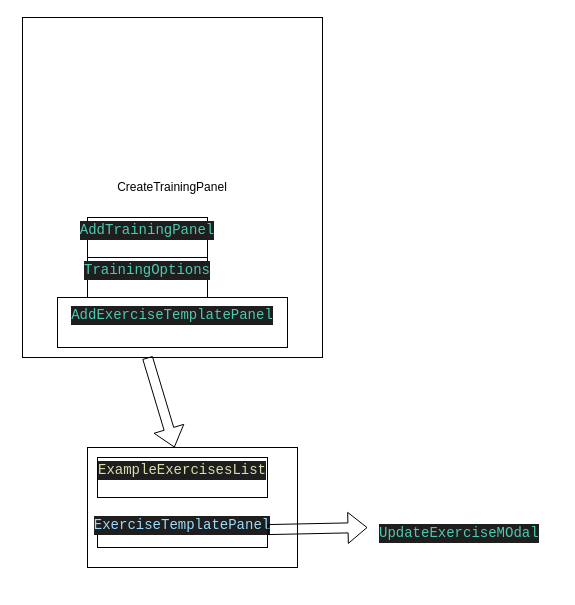
This is src/components/createTrainingPanel/createTrainingPanel.drawio from Jaro111/gym_tracker_FE, a draw.io file, before an edit. Source tidied: cells renumbered, new cells numbered last; positions are measured from the earlier drawing's top-left corner, leaving out a move shared by most shapes. Both pictures are drawn from the tidied source at 100%, with x=0, y=0 at pixel (22, 17).
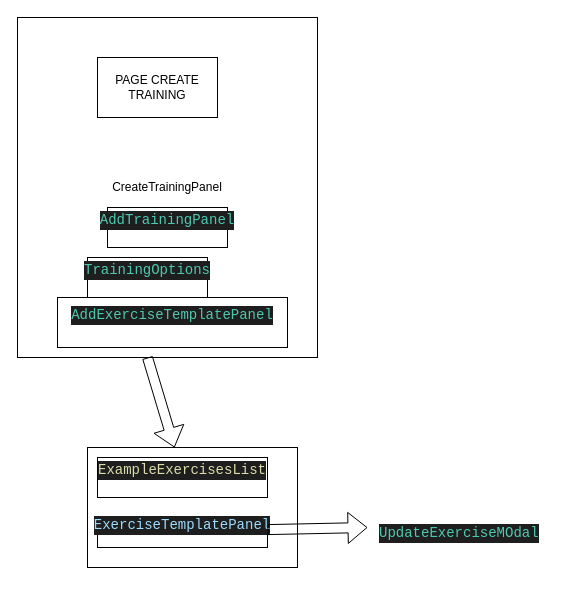
The same diagram, later.

Diff of the diagram source:
```diff
@@
 <mxGraphModel>
   <root>
     <mxCell id="0" />
     <mxCell id="1" parent="0" />
     <mxCell id="2" value="CreateTrainingPanel" style="rounded=0;whiteSpace=wrap;html=1;" parent="1" vertex="1">
-      <mxGeometry width="300" height="340" as="geometry" />
+      <mxGeometry x="-5" width="300" height="340" as="geometry" />
     </mxCell>
     <mxCell id="3" value="&#10;&lt;div style=&quot;color: #d4d4d4;background-color: #1e1e1e;font-family: Consolas, 'Courier New', monospace;font-weight: normal;font-size: 14px;line-height: 19px;white-space: pre;&quot;&gt;&lt;div&gt;&lt;span style=&quot;color: #4ec9b0;&quot;&gt;AddTrainingPanel&lt;/span&gt;&lt;/div&gt;&lt;/div&gt;&#10;&#10;" style="rounded=0;whiteSpace=wrap;html=1;" parent="1" vertex="1">
-      <mxGeometry x="65" y="200" width="120" height="40" as="geometry" />
+      <mxGeometry x="85" y="190" width="120" height="40" as="geometry" />
     </mxCell>
     <mxCell id="4" value="&#10;&lt;div style=&quot;color: #d4d4d4;background-color: #1e1e1e;font-family: Consolas, 'Courier New', monospace;font-weight: normal;font-size: 14px;line-height: 19px;white-space: pre;&quot;&gt;&lt;div&gt;&lt;span style=&quot;color: #4ec9b0;&quot;&gt;AddExerciseTemplatePanel&lt;/span&gt;&lt;/div&gt;&lt;/div&gt;&#10;&#10;" style="rounded=0;whiteSpace=wrap;html=1;" parent="1" vertex="1">
       <mxGeometry x="35" y="280" width="230" height="50" as="geometry" />
     </mxCell>
     <mxCell id="5" style="shape=flexArrow;endArrow=classic;html=1;" parent="1" edge="1" target="6">
       <mxGeometry relative="1" as="geometry">
         <mxPoint x="125" y="340" as="sourcePoint" />
       </mxGeometry>
     </mxCell>
     <mxCell id="6" style="rounded=0;whiteSpace=wrap;html=1;" parent="1" vertex="1">
       <mxGeometry x="65" y="430" width="210" height="120" as="geometry" />
     </mxCell>
     <mxCell id="7" value="&#10;&lt;div style=&quot;color: #d4d4d4;background-color: #1e1e1e;font-family: Consolas, 'Courier New', monospace;font-weight: normal;font-size: 14px;line-height: 19px;white-space: pre;&quot;&gt;&lt;div&gt;&lt;span style=&quot;color: #dcdcaa;&quot;&gt;ExampleExercisesList&lt;/span&gt;&lt;/div&gt;&lt;/div&gt;&#10;&#10;" style="rounded=0;whiteSpace=wrap;html=1;" parent="1" vertex="1">
       <mxGeometry x="75" y="440" width="170" height="40" as="geometry" />
     </mxCell>
     <mxCell id="8" value="&#10;&lt;div style=&quot;color: #d4d4d4;background-color: #1e1e1e;font-family: Consolas, 'Courier New', monospace;font-weight: normal;font-size: 14px;line-height: 19px;white-space: pre;&quot;&gt;&lt;div&gt;&lt;span style=&quot;color: #9cdcfe;&quot;&gt;ExerciseTemplatePanel&lt;/span&gt;&lt;/div&gt;&lt;/div&gt;&#10;&#10;" style="rounded=0;whiteSpace=wrap;html=1;" parent="1" vertex="1">
       <mxGeometry x="75" y="500" width="170" height="30" as="geometry" />
     </mxCell>
     <mxCell id="9" value="&#10;&lt;div style=&quot;color: #d4d4d4;background-color: #1e1e1e;font-family: Consolas, 'Courier New', monospace;font-weight: normal;font-size: 14px;line-height: 19px;white-space: pre;&quot;&gt;&lt;div&gt;&lt;span style=&quot;color: #4ec9b0;&quot;&gt;TrainingOptions&lt;/span&gt;&lt;/div&gt;&lt;/div&gt;&#10;&#10;" style="rounded=0;whiteSpace=wrap;html=1;" parent="1" vertex="1">
       <mxGeometry x="65" y="240" width="120" height="40" as="geometry" />
     </mxCell>
     <mxCell id="10" style="shape=flexArrow;endArrow=classic;html=1;" parent="1" edge="1">
       <mxGeometry relative="1" as="geometry">
         <mxPoint x="245" y="512.1" as="sourcePoint" />
         <mxPoint x="345" y="510" as="targetPoint" />
       </mxGeometry>
     </mxCell>
     <mxCell id="11" value="&lt;div style=&quot;color: #d4d4d4;background-color: #1e1e1e;font-family: Consolas, 'Courier New', monospace;font-weight: normal;font-size: 14px;line-height: 19px;white-space: pre;&quot;&gt;&lt;div&gt;&lt;span style=&quot;color: #4ec9b0;&quot;&gt;UpdateExerciseMOdal&lt;/span&gt;&lt;/div&gt;&lt;/div&gt;" style="text;whiteSpace=wrap;html=1;" parent="1" vertex="1">
       <mxGeometry x="355" y="500" width="180" height="70" as="geometry" />
     </mxCell>
+    <mxCell id="12" value="PAGE CREATE TRAINING" style="rounded=0;whiteSpace=wrap;html=1;" parent="1" vertex="1">
+      <mxGeometry x="75" y="40" width="120" height="60" as="geometry" />
+    </mxCell>
   </root>
 </mxGraphModel>
```
